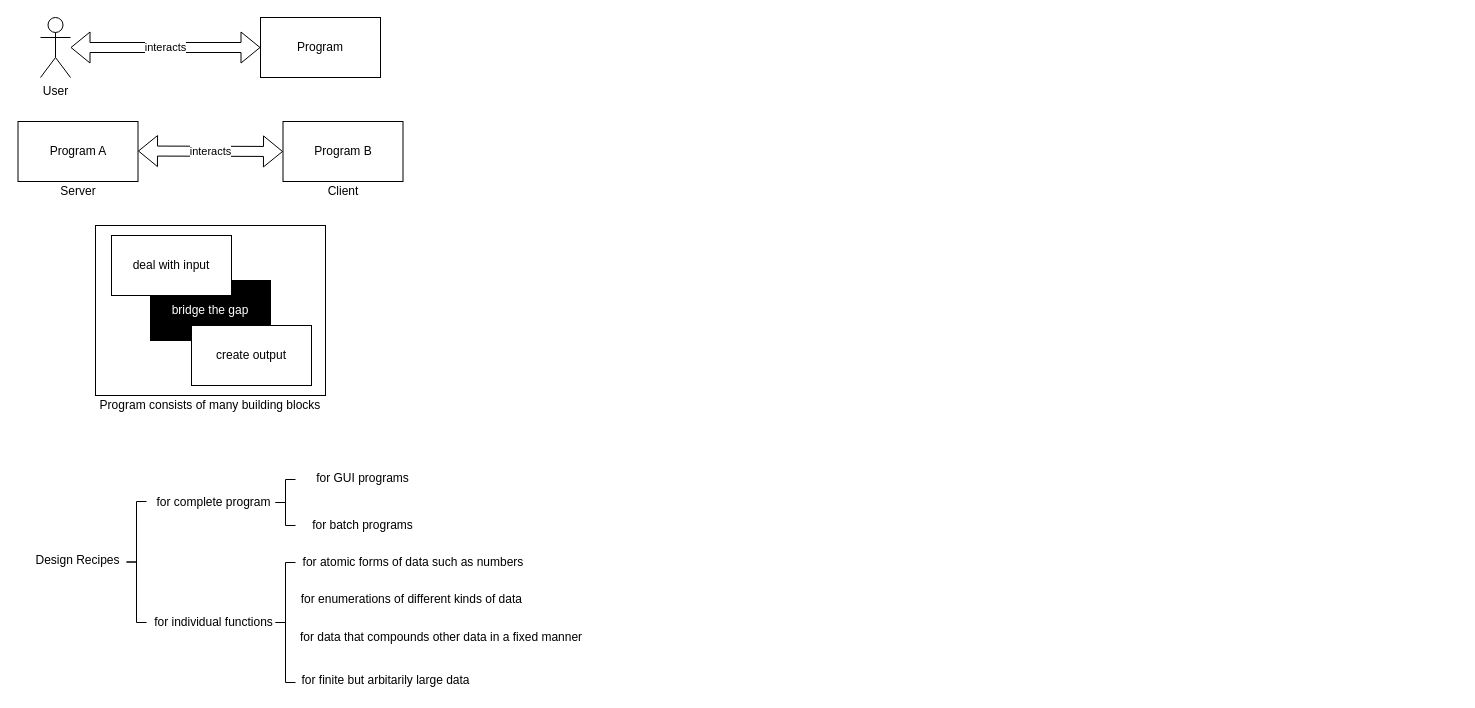
Before: Untitled Diagram.drawio in vvjc/My-Drawio-Repo, a draw.io diagram. Source tidied: cells renumbered, new cells numbered last; positions are measured from the earlier drawing's top-left corner, leaving out a move shared by most shapes. Both pictures are drawn from the tidied source at 100%, with x=0, y=0 at pixel (17, 17).
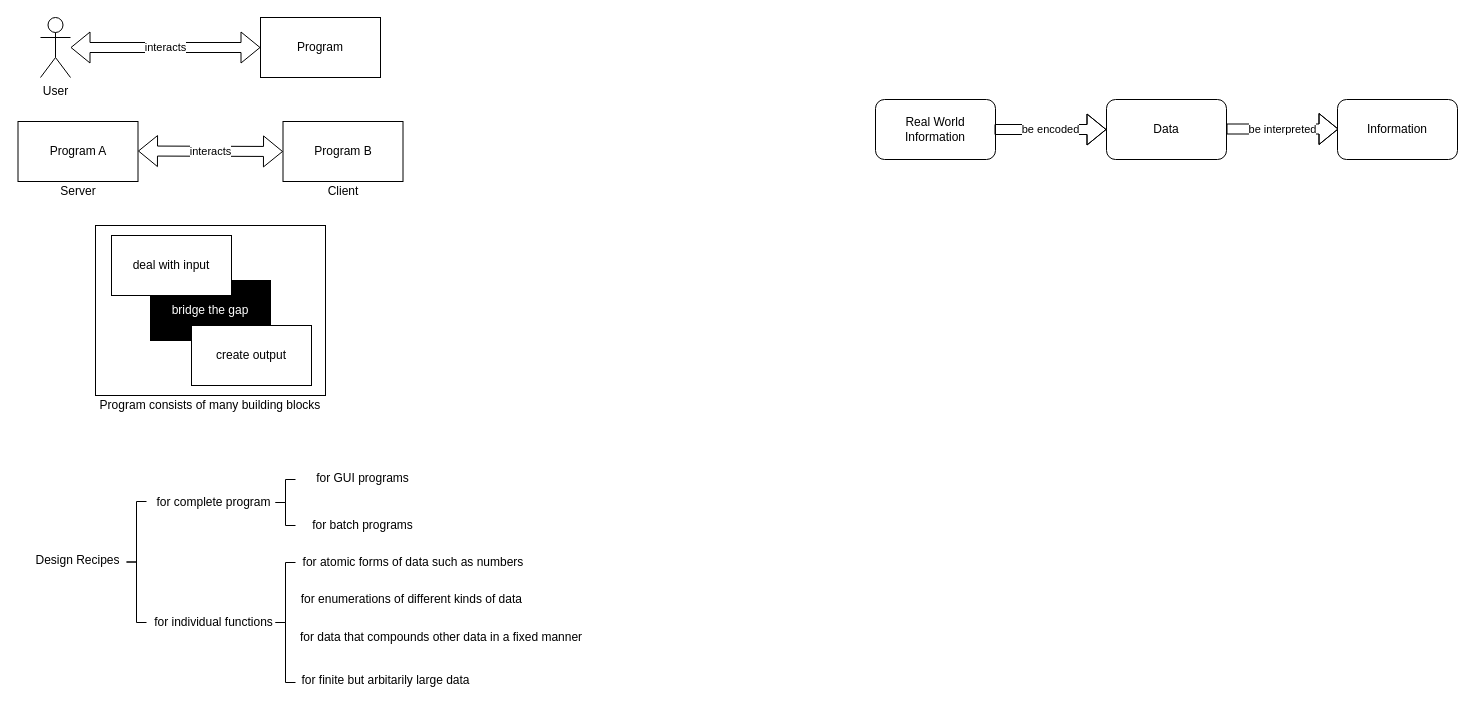
Above is the later version.

The edit, as a diff of the source:
```diff
@@
+    <mxCell id="33" value="Real World Information" style="rounded=1;whiteSpace=wrap;html=1;" parent="1" vertex="1">
+      <mxGeometry x="858" y="82" width="120" height="60" as="geometry" />
+    </mxCell>
+    <mxCell id="34" value="Data" style="rounded=1;whiteSpace=wrap;html=1;" parent="1" vertex="1">
+      <mxGeometry x="1089" y="82" width="120" height="60" as="geometry" />
+    </mxCell>
+    <mxCell id="35" value="Information" style="rounded=1;whiteSpace=wrap;html=1;" parent="1" vertex="1">
+      <mxGeometry x="1320" y="82" width="120" height="60" as="geometry" />
+    </mxCell>
+    <mxCell id="36" value="be encoded" style="shape=flexArrow;endArrow=classic;html=1;entryX=0;entryY=0.5;entryDx=0;entryDy=0;entryPerimeter=0;" parent="1" edge="1" target="34">
+      <mxGeometry relative="1" as="geometry">
+        <mxPoint x="977" y="112" as="sourcePoint" />
+        <Array as="points">
+          <mxPoint x="1029" y="112" />
+        </Array>
+      </mxGeometry>
+    </mxCell>
+    <mxCell id="37" value="be interpreted" style="shape=flexArrow;endArrow=classic;html=1;entryX=0;entryY=0.5;entryDx=0;entryDy=0;entryPerimeter=0;" parent="1" edge="1">
+      <mxGeometry relative="1" as="geometry">
+        <mxPoint x="1209" y="111.5" as="sourcePoint" />
+        <mxPoint x="1321" y="111.5" as="targetPoint" />
+        <Array as="points">
+          <mxPoint x="1261" y="111.5" />
+        </Array>
+      </mxGeometry>
+    </mxCell>
```
